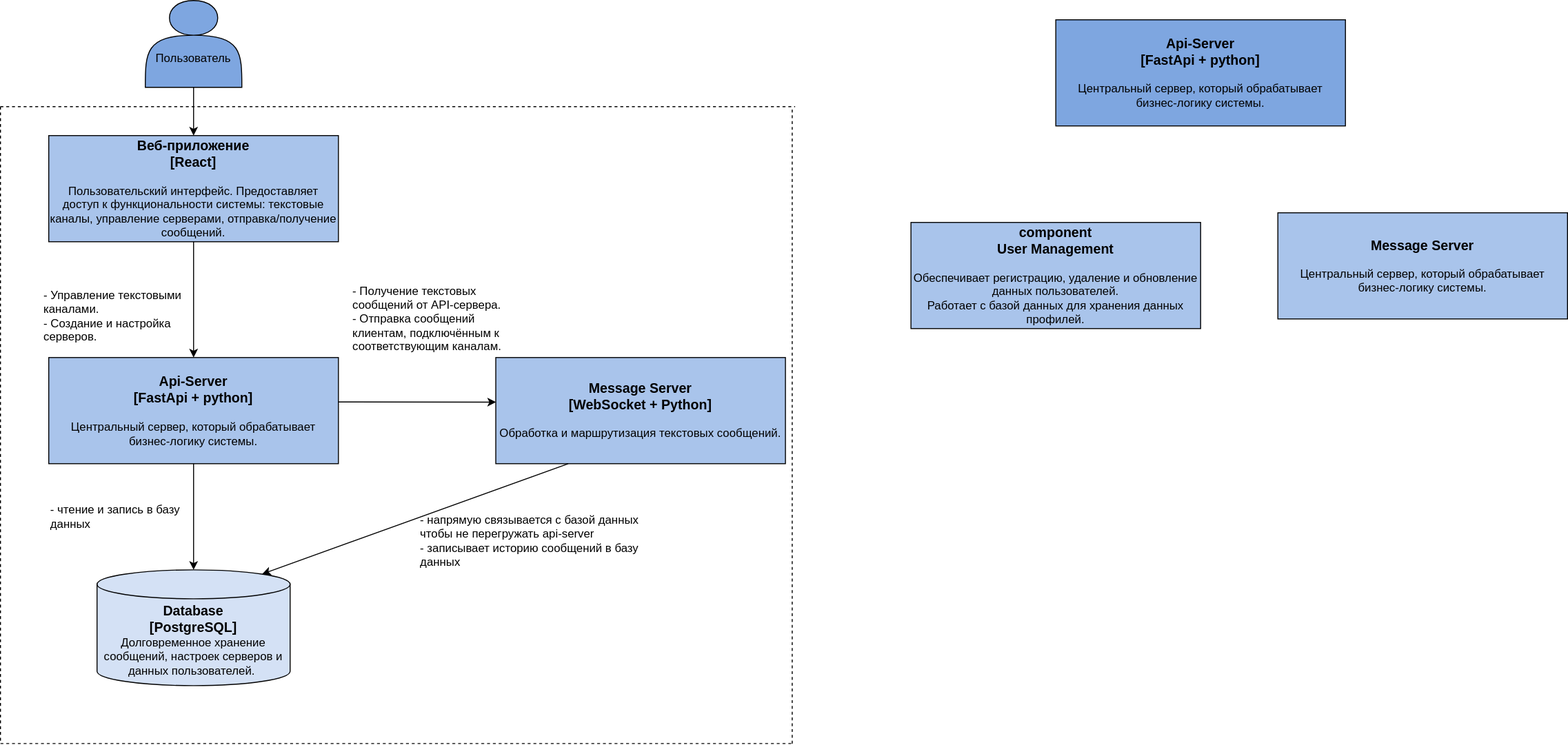
Before: Lab Work №2/CD.svg, a diagram exported from draw.io (GIFONOT/VKR_4kurs). Source tidied: cells renumbered, new cells last; positions are measured from the earlier drawing's top-left corner, leaving out a move shared by most shapes.
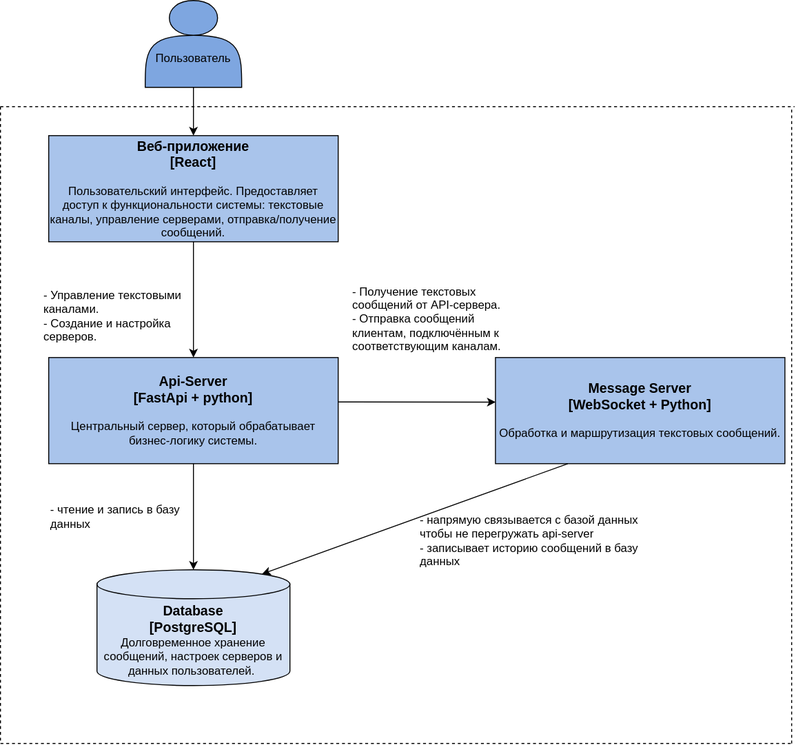
After the commit.

Change to the diagram source:
```diff
@@ -74,14 +74,5 @@
     <mxCell id="19" value="&lt;div style=&quot;&quot;&gt;&lt;div&gt;- чтение и запись в базу данных&lt;/div&gt;&lt;/div&gt;" style="text;html=1;align=left;verticalAlign=middle;whiteSpace=wrap;rounded=0;" parent="1" vertex="1">
       <mxGeometry x="50" y="490" width="170" height="90" as="geometry" />
     </mxCell>
-    <mxCell id="20" value="&lt;b&gt;&lt;font style=&quot;font-size: 14px;&quot;&gt;Api-&lt;/font&gt;&lt;/b&gt;&lt;b style=&quot;font-size: 14px;&quot;&gt;Server&lt;/b&gt;&lt;div&gt;&lt;b&gt;&lt;font style=&quot;font-size: 14px;&quot;&gt;[FastApi + python]&lt;br&gt;&lt;/font&gt;&lt;/b&gt;&lt;br&gt;Центральный сервер, который обрабатывает бизнес-логику системы.&lt;/div&gt;" style="rounded=0;whiteSpace=wrap;html=1;fillColor=#7EA6E0;" parent="1" vertex="1">
-      <mxGeometry x="1093" y="20" width="300" height="110" as="geometry" />
-    </mxCell>
-    <mxCell id="21" value="&lt;b style=&quot;font-size: 14px;&quot;&gt;Message Server&lt;/b&gt;&lt;br&gt;&lt;div&gt;&lt;br&gt;Центральный сервер, который обрабатывает бизнес-логику системы.&lt;/div&gt;" style="rounded=0;whiteSpace=wrap;html=1;fillColor=#A9C4EB;" parent="1" vertex="1">
-      <mxGeometry x="1323" y="220" width="300" height="110" as="geometry" />
-    </mxCell>
-    <mxCell id="22" value="&lt;span style=&quot;font-size: 14px;&quot;&gt;&lt;b&gt;component&lt;/b&gt;&lt;/span&gt;&lt;br&gt;&lt;b style=&quot;font-size: 14px;&quot;&gt;User Management&lt;/b&gt;&lt;br&gt;&lt;div&gt;&lt;br&gt;&lt;div&gt;Обеспечивает регистрацию, удаление и обновление данных пользователей.&lt;/div&gt;&lt;div&gt;Работает с базой данных для хранения данных профилей.&lt;/div&gt;&lt;/div&gt;" style="rounded=0;whiteSpace=wrap;html=1;fillColor=#A9C4EB;" parent="1" vertex="1">
-      <mxGeometry x="943" y="230" width="300" height="110" as="geometry" />
-    </mxCell>
   </root>
 </mxGraphModel>
```
